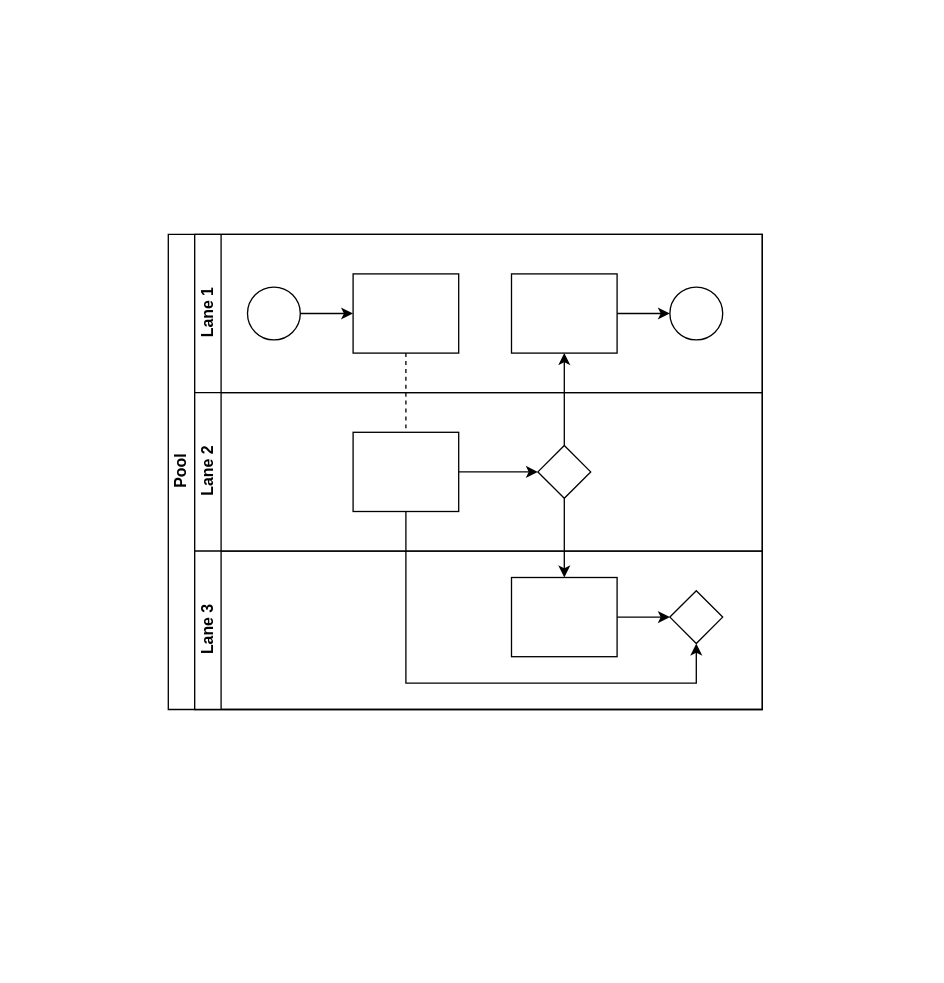
The draw.io diagram Unbenanntes Diagramm.drawio in geyslein/NFDI4Earth-Label, before the edit. Source tidied: cells renumbered, new cells numbered last; positions are measured from the earlier drawing's top-left corner, leaving out a move shared by most shapes. Both pictures are drawn from the tidied source at 132%, with x=0, y=0 at pixel (168, 234).
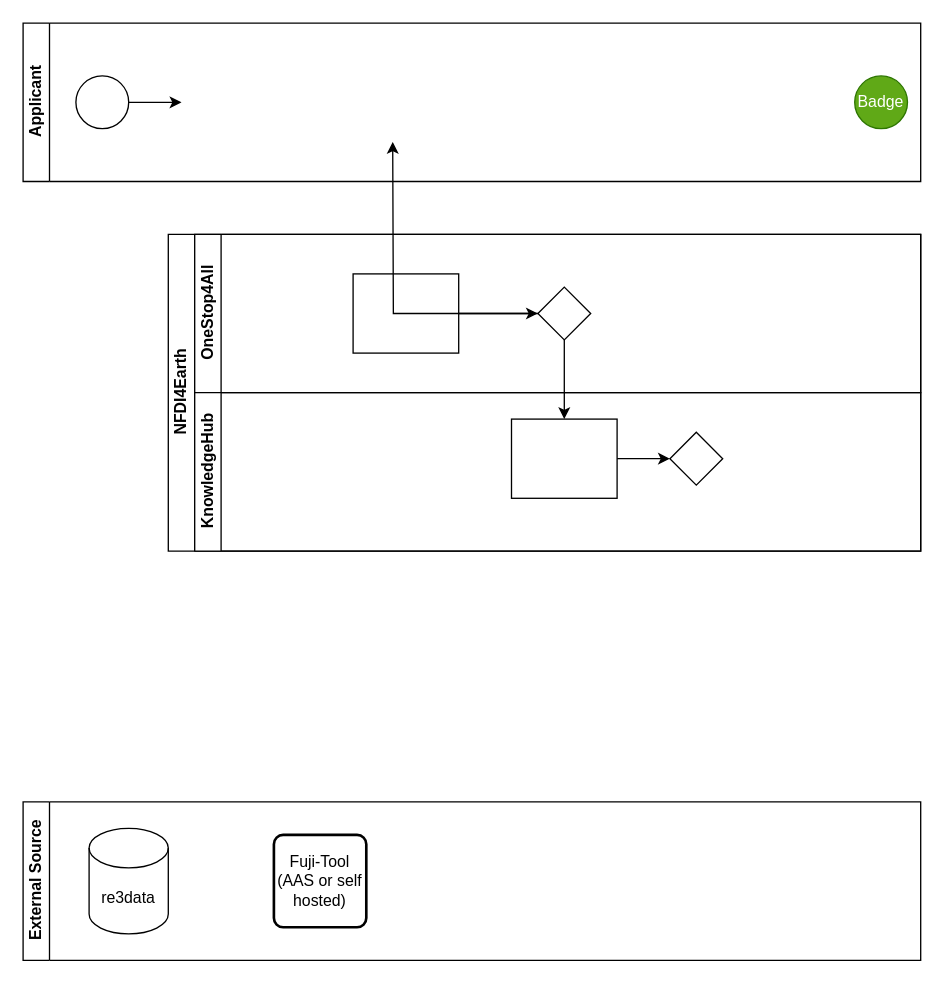
After the change.

The change refers to these unchanged cells:
```xml
<mxCell id="16" style="rounded=0;whiteSpace=wrap;html=1;fontFamily=Helvetica;fontSize=12;fontColor=#000000;align=center;" parent="14" vertex="1">
  <mxGeometry x="120" y="30" width="80" height="60" as="geometry" />
</mxCell>
<mxCell id="17" style="rhombus;whiteSpace=wrap;html=1;fontFamily=Helvetica;fontSize=12;fontColor=#000000;align=center;" parent="14" vertex="1">
  <mxGeometry x="260" y="40" width="40" height="40" as="geometry" />
</mxCell>
<mxCell id="21" style="rhombus;whiteSpace=wrap;html=1;fontFamily=Helvetica;fontSize=12;fontColor=#000000;align=center;" parent="18" vertex="1">
  <mxGeometry x="360" y="30" width="40" height="40" as="geometry" />
</mxCell>
```

The edit, as a diff of the source:
```diff
@@
-    <mxCell id="2" value="Pool" style="swimlane;html=1;horizontal=0;startSize=20;" parent="1" vertex="1">
-      <mxGeometry width="450" height="360" as="geometry" />
+    <mxCell id="2" value="NFDI4Earth" style="swimlane;html=1;horizontal=0;startSize=20;" parent="1" vertex="1">
+      <mxGeometry width="570" height="240" as="geometry" />
     </mxCell>
-    <mxCell id="3" style="edgeStyle=orthogonalEdgeStyle;rounded=0;jettySize=auto;html=1;dashed=1;endArrow=none;endFill=0;" parent="2" edge="1" source="10" target="16">
-      <mxGeometry relative="1" as="geometry" />
-    </mxCell>
-    <mxCell id="4" style="edgeStyle=orthogonalEdgeStyle;rounded=0;jettySize=auto;html=1;endArrow=classic;endFill=1;" parent="2" edge="1" source="17" target="12">
-      <mxGeometry relative="1" as="geometry" />
-    </mxCell>
@@
-    <mxCell id="6" style="edgeStyle=orthogonalEdgeStyle;rounded=0;jettySize=auto;html=1;endArrow=classic;endFill=1;" parent="2" edge="1" source="16" target="21">
-      <mxGeometry relative="1" as="geometry">
-        <Array as="points">
-          <mxPoint x="180" y="340" />
-          <mxPoint x="400" y="340" />
-        </Array>
-      </mxGeometry>
-    </mxCell>
-    <mxCell id="7" value="Lane 1" style="swimlane;html=1;startSize=20;horizontal=0;" parent="2" vertex="1">
-      <mxGeometry x="20" width="430" height="120" as="geometry" />
-    </mxCell>
-    <mxCell id="8" style="edgeStyle=orthogonalEdgeStyle;rounded=0;jettySize=auto;html=1;" parent="7" edge="1" source="9" target="10">
-      <mxGeometry relative="1" as="geometry" />
-    </mxCell>
-    <mxCell id="9" style="ellipse;whiteSpace=wrap;html=1;" parent="7" vertex="1">
-      <mxGeometry x="40" y="40" width="40" height="40" as="geometry" />
-    </mxCell>
-    <mxCell id="10" style="rounded=0;whiteSpace=wrap;html=1;fontFamily=Helvetica;fontSize=12;fontColor=#000000;align=center;" parent="7" vertex="1">
-      <mxGeometry x="120" y="30" width="80" height="60" as="geometry" />
-    </mxCell>
-    <mxCell id="11" style="edgeStyle=orthogonalEdgeStyle;rounded=0;jettySize=auto;html=1;endArrow=classic;endFill=1;" parent="7" edge="1" source="12" target="13">
-      <mxGeometry relative="1" as="geometry" />
-    </mxCell>
-    <mxCell id="12" style="rounded=0;whiteSpace=wrap;html=1;fontFamily=Helvetica;fontSize=12;fontColor=#000000;align=center;" parent="7" vertex="1">
-      <mxGeometry x="240" y="30" width="80" height="60" as="geometry" />
-    </mxCell>
-    <mxCell id="13" style="ellipse;whiteSpace=wrap;html=1;" parent="7" vertex="1">
-      <mxGeometry x="360" y="40" width="40" height="40" as="geometry" />
-    </mxCell>
-    <mxCell id="14" value="Lane 2" style="swimlane;html=1;startSize=20;horizontal=0;" parent="2" vertex="1">
-      <mxGeometry x="20" y="120" width="430" height="120" as="geometry" />
+    <mxCell id="14" value="OneStop4All" style="swimlane;html=1;startSize=20;horizontal=0;" parent="2" vertex="1">
+      <mxGeometry x="20" width="550" height="120" as="geometry" />
     </mxCell>
@@
-    <mxCell id="18" value="Lane 3" style="swimlane;html=1;startSize=20;horizontal=0;" parent="2" vertex="1">
-      <mxGeometry x="20" y="240" width="430" height="120" as="geometry" />
+    <mxCell id="18" value="KnowledgeHub" style="swimlane;html=1;startSize=20;horizontal=0;" parent="2" vertex="1">
+      <mxGeometry x="20" y="120" width="550" height="120" as="geometry" />
     </mxCell>
@@
+    <mxCell id="7" value="Applicant" style="swimlane;html=1;startSize=20;horizontal=0;" parent="1" vertex="1">
+      <mxGeometry x="-110" y="-160" width="680" height="120" as="geometry" />
+    </mxCell>
+    <mxCell id="8" style="edgeStyle=orthogonalEdgeStyle;rounded=0;jettySize=auto;html=1;" parent="7" edge="1" source="9">
+      <mxGeometry relative="1" as="geometry">
+        <mxPoint x="120" y="60" as="targetPoint" />
+      </mxGeometry>
+    </mxCell>
+    <mxCell id="9" style="ellipse;whiteSpace=wrap;html=1;" parent="7" vertex="1">
+      <mxGeometry x="40" y="40" width="40" height="40" as="geometry" />
+    </mxCell>
+    <mxCell id="13" value="Badge" style="ellipse;whiteSpace=wrap;html=1;fillColor=#60a917;fontColor=#ffffff;strokeColor=#2D7600;" parent="7" vertex="1">
+      <mxGeometry x="630" y="40" width="40" height="40" as="geometry" />
+    </mxCell>
+    <mxCell id="4" style="edgeStyle=orthogonalEdgeStyle;rounded=0;jettySize=auto;html=1;endArrow=classic;endFill=1;" parent="1" edge="1" source="17">
+      <mxGeometry relative="1" as="geometry">
+        <mxPoint x="170" y="-70" as="targetPoint" />
+      </mxGeometry>
+    </mxCell>
+    <mxCell id="22" value="External Source" style="swimlane;html=1;startSize=20;horizontal=0;" parent="1" vertex="1">
+      <mxGeometry x="-110" y="430" width="680" height="120" as="geometry" />
+    </mxCell>
+    <mxCell id="23" value="re3data" style="shape=cylinder3;whiteSpace=wrap;html=1;boundedLbl=1;backgroundOutline=1;size=15;" parent="22" vertex="1">
+      <mxGeometry x="50" y="20" width="60" height="80" as="geometry" />
+    </mxCell>
+    <mxCell id="24" value="&lt;div&gt;Fuji-Tool&lt;/div&gt;&lt;div&gt;(AAS or self hosted)&lt;br&gt;&lt;/div&gt;" style="rounded=1;whiteSpace=wrap;html=1;absoluteArcSize=1;arcSize=14;strokeWidth=2;" parent="22" vertex="1">
+      <mxGeometry x="190" y="25" width="70" height="70" as="geometry" />
+    </mxCell>
```
